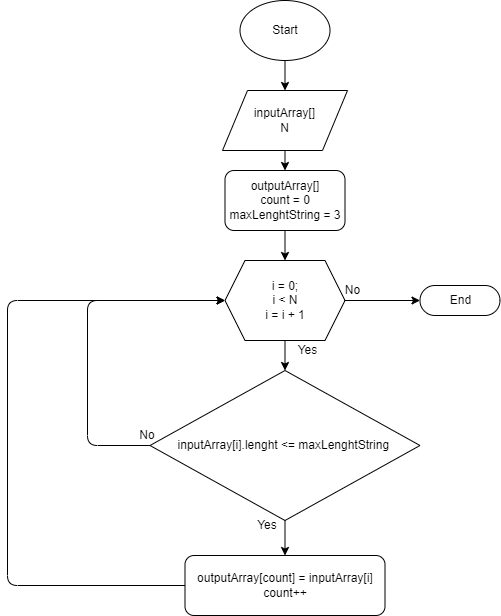
Earlier version of the draw.io export .drawio.png (16BoB/FinalTest). Source tidied: cells renumbered, new cells last; positions are measured from the earlier drawing's top-left corner, leaving out a move shared by most shapes. The source it was exported from:
```xml
<mxGraphModel>
  <root>
    <mxCell id="0" />
    <mxCell id="1" parent="0" />
    <mxCell id="2" style="edgeStyle=none;html=1;" parent="1" edge="1" source="3" target="8">
      <mxGeometry relative="1" as="geometry" />
    </mxCell>
    <mxCell id="3" value="inputArray[]&lt;br&gt;N" style="shape=parallelogram;perimeter=parallelogramPerimeter;whiteSpace=wrap;html=1;dashed=0;" parent="1" vertex="1">
      <mxGeometry x="215" y="90" width="125" height="60" as="geometry" />
    </mxCell>
    <mxCell id="4" style="edgeStyle=none;html=1;" parent="1" edge="1" source="6" target="13">
      <mxGeometry relative="1" as="geometry" />
    </mxCell>
    <mxCell id="5" style="edgeStyle=none;html=1;entryX=0;entryY=0.5;entryDx=0;entryDy=0;entryPerimeter=0;" parent="1" edge="1" source="6" target="19">
      <mxGeometry relative="1" as="geometry" />
    </mxCell>
    <mxCell id="6" value="i = 0;&lt;br&gt;i &amp;lt; N&lt;br&gt;i = i + 1" style="shape=hexagon;perimeter=hexagonPerimeter2;whiteSpace=wrap;html=1;fixedSize=1;" parent="1" vertex="1">
      <mxGeometry x="217.5" y="260" width="120" height="80" as="geometry" />
    </mxCell>
    <mxCell id="7" style="edgeStyle=none;html=1;entryX=0.5;entryY=0;entryDx=0;entryDy=0;" parent="1" edge="1" source="8" target="6">
      <mxGeometry relative="1" as="geometry" />
    </mxCell>
    <mxCell id="8" value="outputArray[]&lt;br&gt;count = 0&lt;br&gt;maxLenghtString = 3" style="rounded=1;whiteSpace=wrap;html=1;" parent="1" vertex="1">
      <mxGeometry x="217.5" y="170" width="120" height="60" as="geometry" />
    </mxCell>
    <mxCell id="9" style="edgeStyle=none;html=1;entryX=0.5;entryY=0;entryDx=0;entryDy=0;" parent="1" edge="1" source="10" target="3">
      <mxGeometry relative="1" as="geometry" />
    </mxCell>
    <mxCell id="10" value="Start" style="ellipse;whiteSpace=wrap;html=1;" parent="1" vertex="1">
      <mxGeometry x="232.5" width="90" height="60" as="geometry" />
    </mxCell>
    <mxCell id="11" style="edgeStyle=none;html=1;" parent="1" edge="1" source="13" target="15">
      <mxGeometry relative="1" as="geometry" />
    </mxCell>
    <mxCell id="12" style="edgeStyle=none;html=1;entryX=0;entryY=0.5;entryDx=0;entryDy=0;" parent="1" edge="1" source="13" target="6">
      <mxGeometry relative="1" as="geometry">
        <Array as="points">
          <mxPoint x="80" y="445" />
          <mxPoint x="80" y="300" />
        </Array>
      </mxGeometry>
    </mxCell>
    <mxCell id="13" value="inputArray[i].lenght &amp;lt;= maxLenghtString&amp;nbsp;" style="rhombus;whiteSpace=wrap;html=1;" parent="1" vertex="1">
      <mxGeometry x="142.5" y="370" width="270" height="150" as="geometry" />
    </mxCell>
    <mxCell id="14" style="edgeStyle=none;html=1;entryX=0;entryY=0.5;entryDx=0;entryDy=0;" parent="1" edge="1" source="15" target="6">
      <mxGeometry relative="1" as="geometry">
        <Array as="points">
          <mxPoint y="585" />
          <mxPoint y="300" />
        </Array>
      </mxGeometry>
    </mxCell>
    <mxCell id="15" value="outputArray[count] = inputArray[i]&lt;br&gt;count++" style="rounded=1;whiteSpace=wrap;html=1;" parent="1" vertex="1">
      <mxGeometry x="177.5" y="555" width="200" height="60" as="geometry" />
    </mxCell>
    <mxCell id="16" value="Yes" style="text;html=1;strokeColor=none;fillColor=none;align=center;verticalAlign=middle;whiteSpace=wrap;rounded=0;" parent="1" vertex="1">
      <mxGeometry x="230" y="510" width="60" height="30" as="geometry" />
    </mxCell>
    <mxCell id="17" value="No" style="text;html=1;strokeColor=none;fillColor=none;align=center;verticalAlign=middle;whiteSpace=wrap;rounded=0;" parent="1" vertex="1">
      <mxGeometry x="110" y="420" width="60" height="30" as="geometry" />
    </mxCell>
    <mxCell id="18" value="Yes" style="text;html=1;align=center;verticalAlign=middle;strokeColor=none;fillColor=none;" parent="1" vertex="1">
      <mxGeometry x="280" y="340" width="40" height="20" as="geometry" />
    </mxCell>
    <mxCell id="19" value="End" style="html=1;dashed=0;whitespace=wrap;shape=mxgraph.dfd.start;" parent="1" vertex="1">
      <mxGeometry x="412.5" y="285" width="80" height="30" as="geometry" />
    </mxCell>
    <mxCell id="20" value="No" style="text;html=1;align=center;verticalAlign=middle;strokeColor=none;fillColor=none;" parent="1" vertex="1">
      <mxGeometry x="330" y="280" width="30" height="20" as="geometry" />
    </mxCell>
  </root>
</mxGraphModel>
```
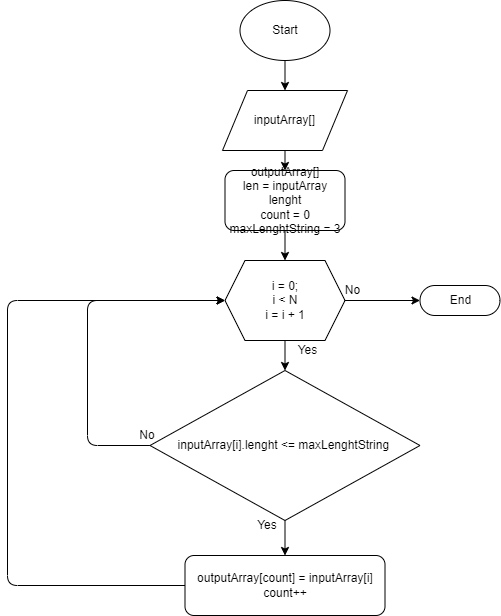
Above is the later version.

Commit message:
replaced the name of the variable in the flowchart

The edit, as a diff of the source:
```diff
@@ -5,7 +5,7 @@
     <mxCell id="2" style="edgeStyle=none;html=1;" parent="1" edge="1" source="3" target="8">
       <mxGeometry relative="1" as="geometry" />
     </mxCell>
-    <mxCell id="3" value="inputArray[]&lt;br&gt;N" style="shape=parallelogram;perimeter=parallelogramPerimeter;whiteSpace=wrap;html=1;dashed=0;" parent="1" vertex="1">
+    <mxCell id="3" value="inputArray[]" style="shape=parallelogram;perimeter=parallelogramPerimeter;whiteSpace=wrap;html=1;dashed=0;" parent="1" vertex="1">
       <mxGeometry x="215" y="90" width="125" height="60" as="geometry" />
     </mxCell>
     <mxCell id="4" style="edgeStyle=none;html=1;" parent="1" edge="1" source="6" target="13">
@@ -20,7 +20,7 @@
     <mxCell id="7" style="edgeStyle=none;html=1;entryX=0.5;entryY=0;entryDx=0;entryDy=0;" parent="1" edge="1" source="8" target="6">
       <mxGeometry relative="1" as="geometry" />
     </mxCell>
-    <mxCell id="8" value="outputArray[]&lt;br&gt;count = 0&lt;br&gt;maxLenghtString = 3" style="rounded=1;whiteSpace=wrap;html=1;" parent="1" vertex="1">
+    <mxCell id="8" value="outputArray[]&lt;br&gt;len = inputArray lenght&lt;br&gt;count = 0&lt;br&gt;maxLenghtString = 3" style="rounded=1;whiteSpace=wrap;html=1;" parent="1" vertex="1">
       <mxGeometry x="217.5" y="170" width="120" height="60" as="geometry" />
     </mxCell>
     <mxCell id="9" style="edgeStyle=none;html=1;entryX=0.5;entryY=0;entryDx=0;entryDy=0;" parent="1" edge="1" source="10" target="3">
```
